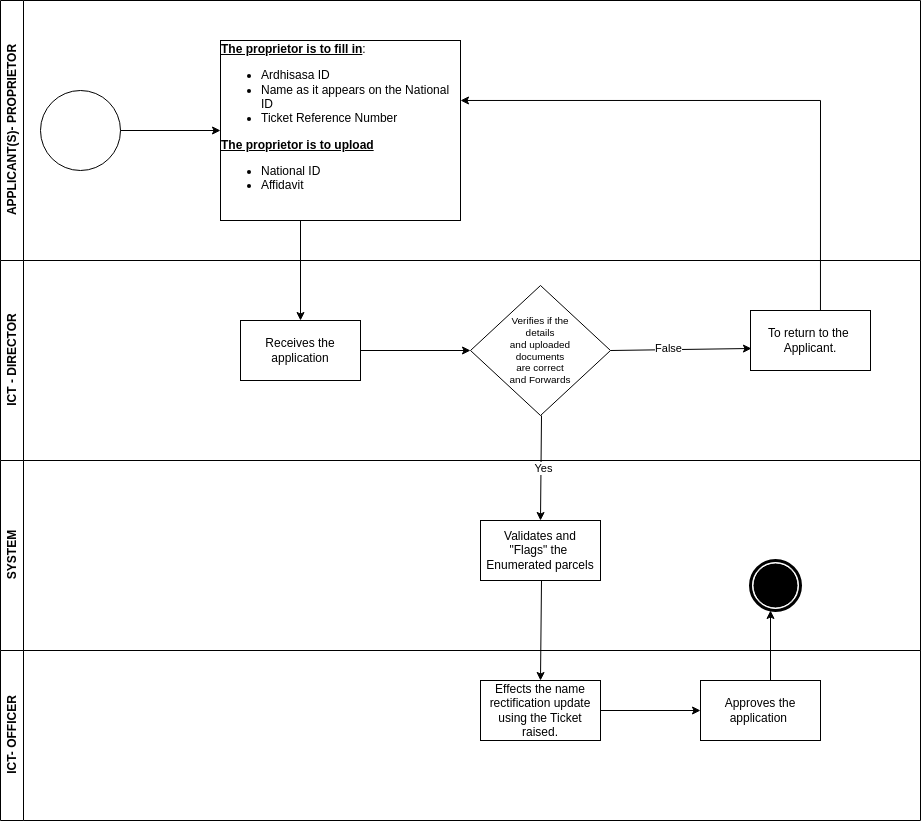
NjeriNjeru/BPMN keeps this draw.io diagram as ACCOUNT NAME RECTIFICATION.drawio.png. Above is the earlier version. Source tidied: cells renumbered, new cells last; positions are measured from the earlier drawing's top-left corner, leaving out a move shared by most shapes.
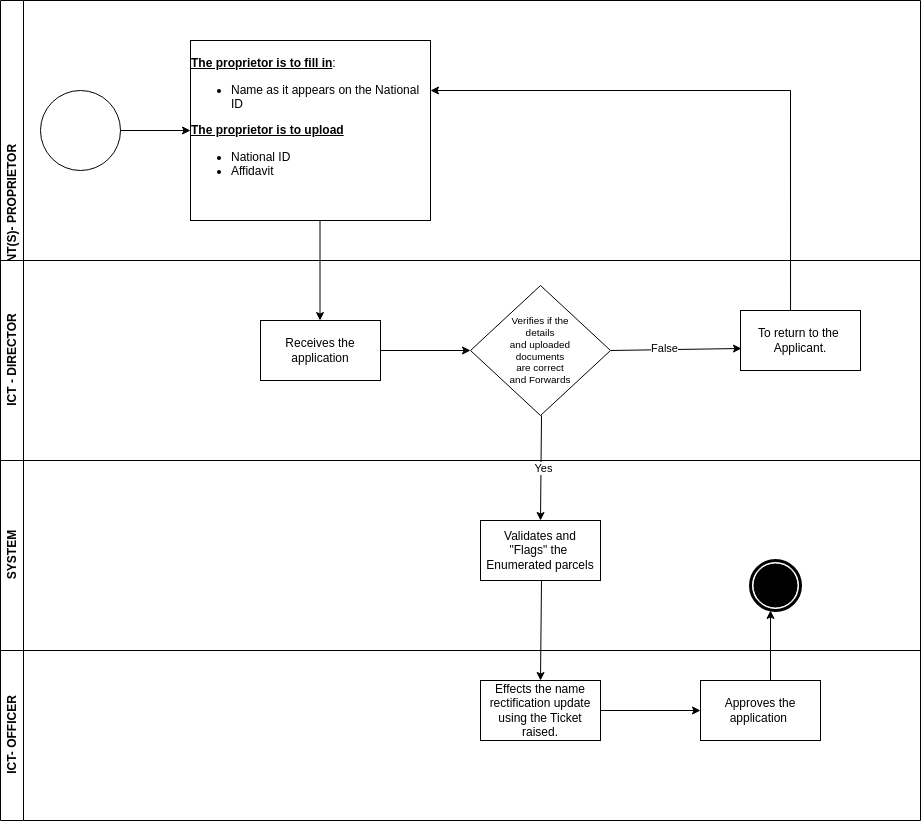
After the change.

Change to the diagram source:
```diff
@@ -9,10 +9,10 @@
       </mxGeometry>
     </mxCell>
     <mxCell id="3" value="APPLICANT(S)- PROPRIETOR" style="swimlane;horizontal=0;whiteSpace=wrap;html=1;" parent="1" vertex="1">
-      <mxGeometry width="920" height="260" as="geometry" />
+      <mxGeometry width="920" height="460" as="geometry" />
     </mxCell>
-    <mxCell id="4" value="&lt;div style=&quot;text-align: left;&quot;&gt;&lt;b style=&quot;background-color: initial;&quot;&gt;&lt;u&gt;The proprietor is to fill in&lt;/u&gt;&lt;/b&gt;&lt;span style=&quot;background-color: initial;&quot;&gt;:&lt;/span&gt;&lt;/div&gt;&lt;div&gt;&lt;ul&gt;&lt;li style=&quot;text-align: left;&quot;&gt;Ardhisasa ID&lt;/li&gt;&lt;li style=&quot;text-align: left;&quot;&gt;Name as it appears on the National ID&lt;/li&gt;&lt;li style=&quot;text-align: left;&quot;&gt;Ticket Reference Number&lt;/li&gt;&lt;/ul&gt;&lt;div style=&quot;text-align: left;&quot;&gt;&lt;b&gt;&lt;u&gt;The proprietor is to upload&lt;/u&gt;&lt;/b&gt;&lt;/div&gt;&lt;div style=&quot;text-align: left;&quot;&gt;&lt;ul&gt;&lt;li&gt;National ID&lt;/li&gt;&lt;li&gt;Affidavit&lt;/li&gt;&lt;/ul&gt;&lt;/div&gt;&lt;div&gt;&lt;br&gt;&lt;/div&gt;&lt;/div&gt;" style="whiteSpace=wrap;html=1;" parent="3" vertex="1">
-      <mxGeometry x="220" y="40" width="240" height="180" as="geometry" />
+    <mxCell id="4" value="&lt;div style=&quot;text-align: left;&quot;&gt;&lt;b style=&quot;background-color: initial;&quot;&gt;&lt;u&gt;The proprietor is to fill in&lt;/u&gt;&lt;/b&gt;&lt;span style=&quot;background-color: initial;&quot;&gt;:&lt;/span&gt;&lt;/div&gt;&lt;div&gt;&lt;ul&gt;&lt;li style=&quot;text-align: left;&quot;&gt;Name as it appears on the National ID&lt;/li&gt;&lt;/ul&gt;&lt;div style=&quot;text-align: left;&quot;&gt;&lt;b&gt;&lt;u&gt;The proprietor is to upload&lt;/u&gt;&lt;/b&gt;&lt;/div&gt;&lt;div style=&quot;text-align: left;&quot;&gt;&lt;ul&gt;&lt;li&gt;National ID&lt;/li&gt;&lt;li&gt;Affidavit&lt;/li&gt;&lt;/ul&gt;&lt;/div&gt;&lt;div&gt;&lt;br&gt;&lt;/div&gt;&lt;/div&gt;" style="whiteSpace=wrap;html=1;" parent="3" vertex="1">
+      <mxGeometry x="190" y="40" width="240" height="180" as="geometry" />
     </mxCell>
     <mxCell id="5" style="ellipse;whiteSpace=wrap;html=1;" parent="3" vertex="1">
       <mxGeometry x="40" y="90" width="80" height="80" as="geometry" />
@@ -20,26 +20,20 @@
     <mxCell id="6" style="edgeStyle=orthogonalEdgeStyle;rounded=0;jettySize=auto;html=1;" parent="3" edge="1" source="5" target="4">
       <mxGeometry relative="1" as="geometry" />
     </mxCell>
-    <mxCell id="7" style="edgeStyle=none;orthogonalLoop=1;jettySize=auto;html=1;rounded=0;" parent="3" edge="1">
-      <mxGeometry relative="1" as="geometry">
-        <mxPoint x="300" y="220" as="sourcePoint" />
-        <mxPoint x="300" y="320" as="targetPoint" />
-      </mxGeometry>
-    </mxCell>
-    <mxCell id="8" value="ICT - DIRECTOR" style="swimlane;horizontal=0;whiteSpace=wrap;html=1;" parent="1" vertex="1">
+    <mxCell id="8" value="ICT - DIRECTOR" style="swimlane;horizontal=0;whiteSpace=wrap;html=1;" parent="3" vertex="1">
       <mxGeometry y="260" width="920" height="200" as="geometry" />
     </mxCell>
     <mxCell id="9" style="edgeStyle=orthogonalEdgeStyle;rounded=0;jettySize=auto;html=1;" parent="8" edge="1" source="10" target="11">
       <mxGeometry relative="1" as="geometry" />
     </mxCell>
     <mxCell id="10" value="Receives the application" style="whiteSpace=wrap;html=1;" parent="8" vertex="1">
-      <mxGeometry x="240" y="60" width="120" height="60" as="geometry" />
+      <mxGeometry x="260" y="60" width="120" height="60" as="geometry" />
     </mxCell>
     <mxCell id="11" value="&lt;h5&gt;&lt;span style=&quot;font-weight: normal;&quot;&gt;Verifies if the&lt;br&gt;&amp;nbsp;details&amp;nbsp;&lt;br&gt;and uploaded&lt;br&gt;documents&lt;br&gt;are correct&lt;br&gt;and Forwards&lt;/span&gt;&lt;/h5&gt;" style="rhombus;whiteSpace=wrap;html=1;align=center;" parent="8" vertex="1">
       <mxGeometry x="470" y="25" width="140" height="130" as="geometry" />
     </mxCell>
     <mxCell id="12" value="To return to the&amp;nbsp;&lt;div&gt;Applicant.&lt;/div&gt;" style="whiteSpace=wrap;html=1;" parent="8" vertex="1">
-      <mxGeometry x="750" y="50" width="120" height="60" as="geometry" />
+      <mxGeometry x="740" y="50" width="120" height="60" as="geometry" />
     </mxCell>
     <mxCell id="13" style="endArrow=classic;html=1;rounded=0;exitX=1;exitY=0.5;exitDx=0;exitDy=0;entryX=0.008;entryY=0.633;entryDx=0;entryDy=0;entryPerimeter=0;" parent="8" edge="1" source="11" target="12">
       <mxGeometry relative="1" as="geometry" />
@@ -47,12 +41,17 @@
     <mxCell id="14" value="False" style="edgeLabel;html=1;align=center;verticalAlign=middle;" parent="13" vertex="1">
       <mxGeometry x="-0.17" y="2" relative="1" as="geometry" />
     </mxCell>
+    <mxCell id="7" style="edgeStyle=none;orthogonalLoop=1;jettySize=auto;html=1;rounded=0;" parent="8" edge="1">
+      <mxGeometry relative="1" as="geometry">
+        <mxPoint x="319.5" y="-40" as="sourcePoint" />
+        <mxPoint x="319.5" y="60" as="targetPoint" />
+      </mxGeometry>
+    </mxCell>
-    <mxCell id="15" style="endArrow=classic;html=1;rounded=0;entryX=0.991;entryY=0.337;entryDx=0;entryDy=0;exitX=0.583;exitY=0.167;exitDx=0;exitDy=0;exitPerimeter=0;entryPerimeter=0;" parent="8" edge="1">
+    <mxCell id="15" style="endArrow=classic;html=1;rounded=0;entryX=0.991;entryY=0.337;entryDx=0;entryDy=0;exitX=0.417;exitY=0;exitDx=0;exitDy=0;exitPerimeter=0;entryPerimeter=0;" parent="3" edge="1" source="12">
       <mxGeometry relative="1" as="geometry">
-        <mxPoint x="820" y="50" as="sourcePoint" />
-        <mxPoint x="460" y="-160" as="targetPoint" />
+        <mxPoint x="430" y="90" as="targetPoint" />
         <Array as="points">
-          <mxPoint x="820" y="-160" />
+          <mxPoint x="790" y="90" />
         </Array>
       </mxGeometry>
     </mxCell>
```
